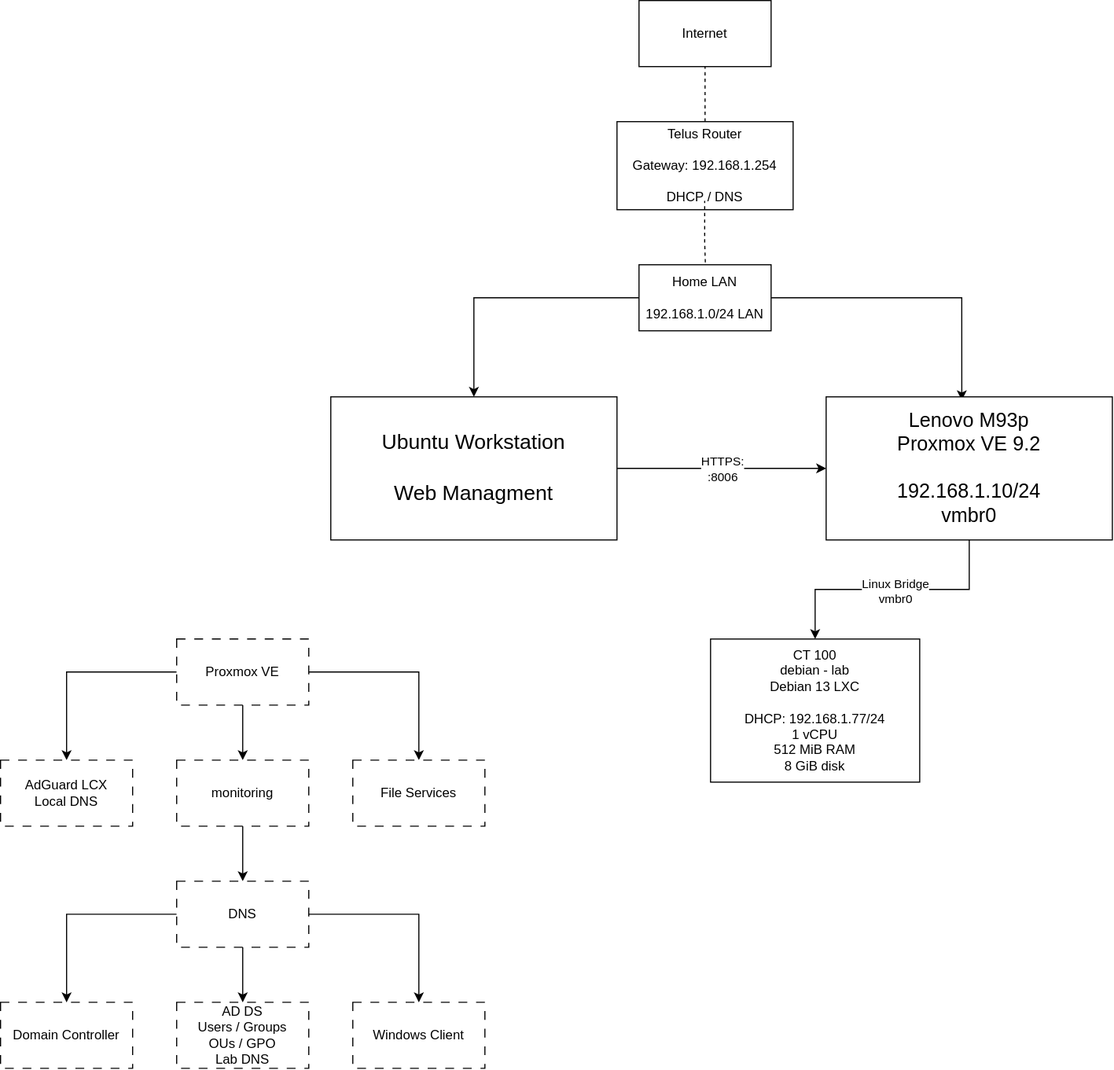
peterdittmann/IT-Portfolio keeps this draw.io diagram as Home-Server-Lab/diagram/Network Diagram.drawio.svg. Above is the earlier version. Source tidied: cells renumbered, new cells last; positions are measured from the earlier drawing's top-left corner, leaving out a move shared by most shapes.
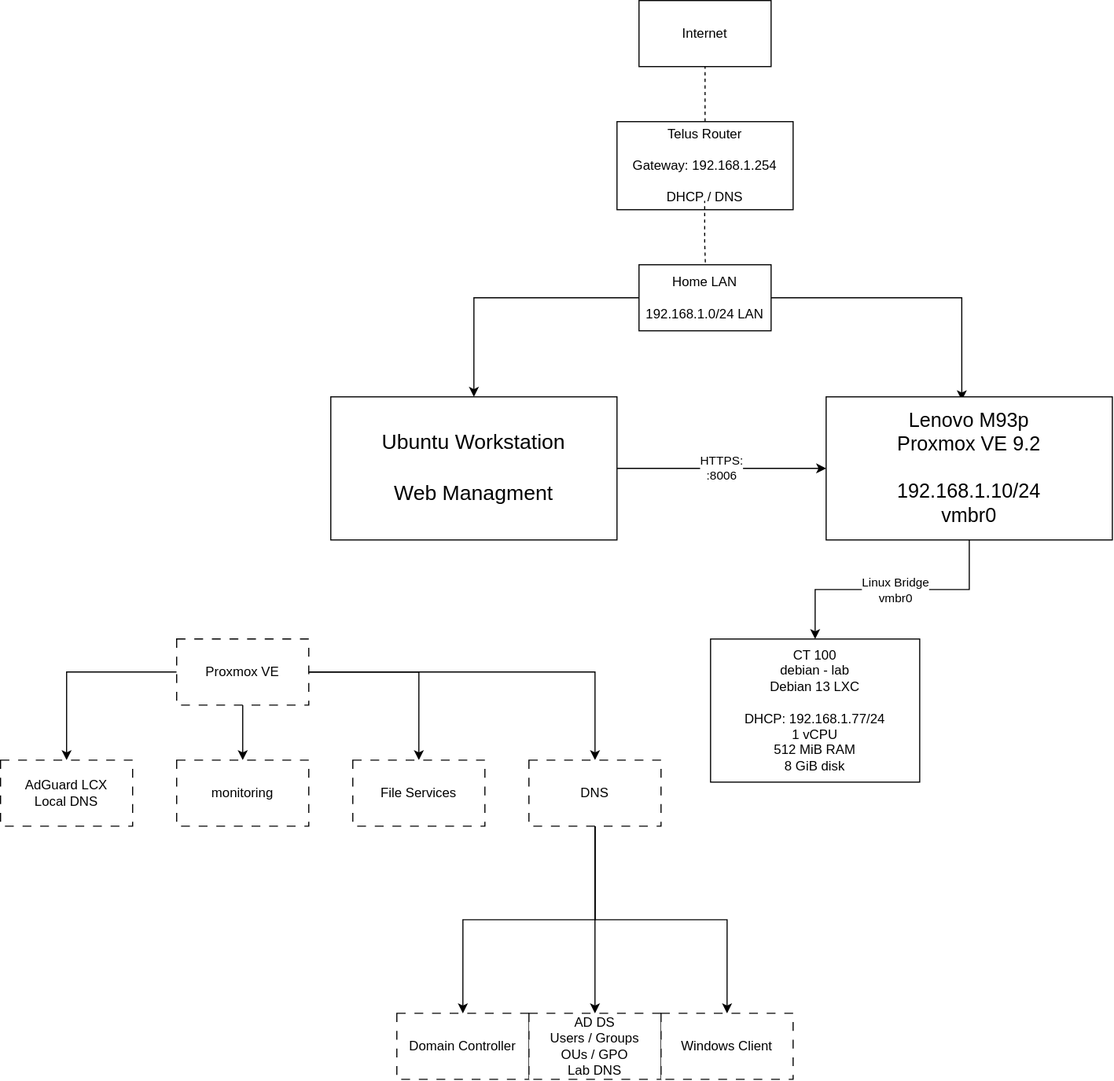
Above is the later version.

The edit, as a diff of the source:
```diff
@@ -29,9 +29,6 @@
     <mxCell id="10" value="AdGuard LCX&lt;div&gt;Local DNS&lt;/div&gt;" style="rounded=0;whiteSpace=wrap;html=1;dashed=1;dashPattern=8 8;" parent="1" vertex="1">
       <mxGeometry y="690" width="120" height="60" as="geometry" />
     </mxCell>
-    <mxCell id="11" style="edgeStyle=orthogonalEdgeStyle;rounded=0;jettySize=auto;html=1;entryX=0.5;entryY=0;entryDx=0;entryDy=0;" parent="1" edge="1" source="12" target="22">
-      <mxGeometry relative="1" as="geometry" />
-    </mxCell>
     <mxCell id="12" value="monitoring" style="rounded=0;whiteSpace=wrap;html=1;dashed=1;dashPattern=8 8;" parent="1" vertex="1">
       <mxGeometry x="160" y="690" width="120" height="60" as="geometry" />
     </mxCell>
@@ -44,6 +41,9 @@
     <mxCell id="15" style="edgeStyle=orthogonalEdgeStyle;rounded=0;jettySize=auto;html=1;entryX=0.5;entryY=0;entryDx=0;entryDy=0;" parent="1" edge="1" source="16" target="10">
       <mxGeometry relative="1" as="geometry" />
     </mxCell>
+    <mxCell id="31" style="edgeStyle=orthogonalEdgeStyle;rounded=0;jettySize=auto;html=1;" parent="1" edge="1" source="16" target="22">
+      <mxGeometry relative="1" as="geometry" />
+    </mxCell>
     <mxCell id="16" value="Proxmox VE" style="rounded=0;whiteSpace=wrap;html=1;dashed=1;dashPattern=8 8;" parent="1" vertex="1">
       <mxGeometry x="160" y="580" width="120" height="60" as="geometry" />
     </mxCell>
@@ -51,7 +51,7 @@
       <mxGeometry x="320" y="690" width="120" height="60" as="geometry" />
     </mxCell>
     <mxCell id="18" value="Domain Controller" style="rounded=0;whiteSpace=wrap;html=1;dashed=1;dashPattern=8 8;" parent="1" vertex="1">
-      <mxGeometry y="910" width="120" height="60" as="geometry" />
+      <mxGeometry x="360" y="920" width="120" height="60" as="geometry" />
     </mxCell>
     <mxCell id="19" style="edgeStyle=orthogonalEdgeStyle;rounded=0;jettySize=auto;html=1;entryX=0.5;entryY=0;entryDx=0;entryDy=0;" parent="1" edge="1" source="22" target="23">
       <mxGeometry relative="1" as="geometry" />
@@ -63,13 +63,13 @@
       <mxGeometry relative="1" as="geometry" />
     </mxCell>
     <mxCell id="22" value="DNS" style="rounded=0;whiteSpace=wrap;html=1;dashed=1;dashPattern=8 8;" parent="1" vertex="1">
-      <mxGeometry x="160" y="800" width="120" height="60" as="geometry" />
+      <mxGeometry x="480" y="690" width="120" height="60" as="geometry" />
     </mxCell>
     <mxCell id="23" value="AD DS&lt;div&gt;Users / Groups&lt;/div&gt;&lt;div&gt;OUs / GPO&lt;/div&gt;&lt;div&gt;Lab DNS&lt;/div&gt;" style="rounded=0;whiteSpace=wrap;html=1;dashed=1;dashPattern=8 8;" parent="1" vertex="1">
-      <mxGeometry x="160" y="910" width="120" height="60" as="geometry" />
+      <mxGeometry x="480" y="920" width="120" height="60" as="geometry" />
     </mxCell>
     <mxCell id="24" value="Windows Client" style="rounded=0;whiteSpace=wrap;html=1;dashed=1;dashPattern=8 8;" parent="1" vertex="1">
-      <mxGeometry x="320" y="910" width="120" height="60" as="geometry" />
+      <mxGeometry x="600" y="920" width="120" height="60" as="geometry" />
     </mxCell>
     <mxCell id="25" style="endArrow=none;dashed=1;html=1;rounded=0;exitX=0.5;exitY=0;exitDx=0;exitDy=0;" parent="1" edge="1" source="3">
       <mxGeometry relative="1" as="geometry">
```
